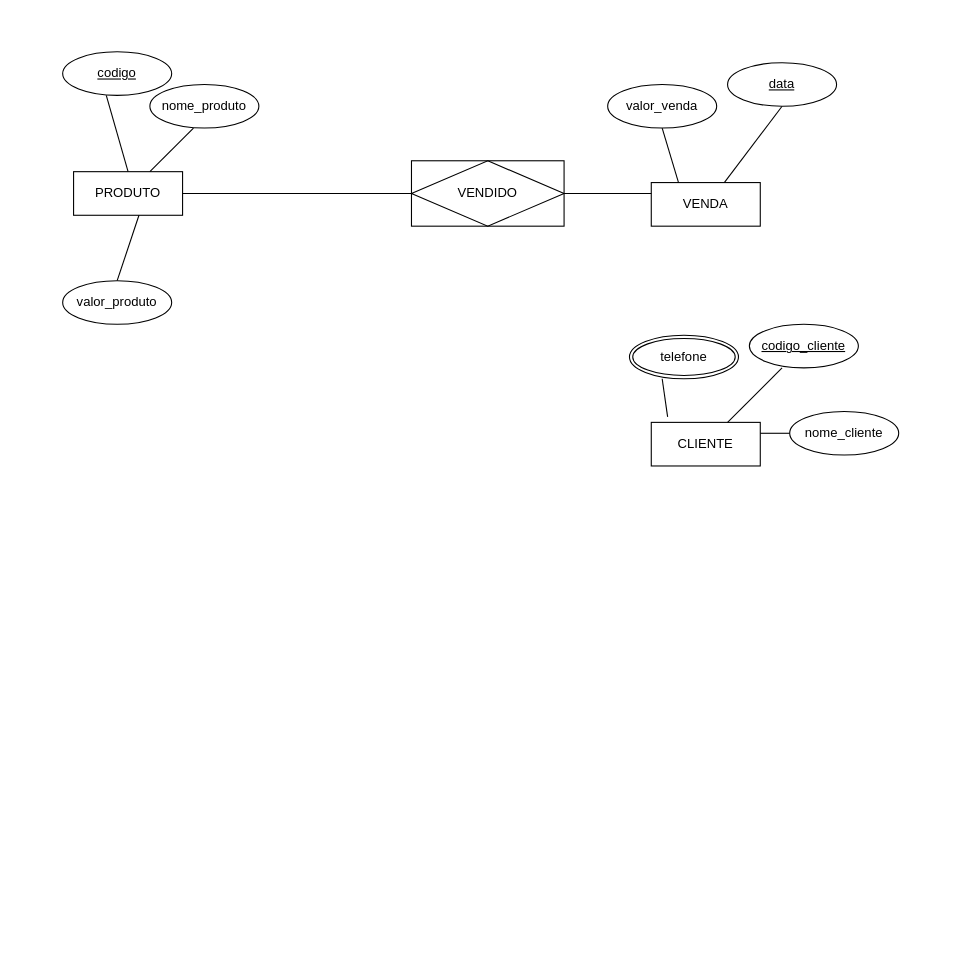
Above: Diagrama loja conceitual.drawio in LilianDamico/loja_conceitual (draw.io), before the change. Source tidied: cells renumbered, new cells numbered last; positions are measured from the earlier drawing's top-left corner, leaving out a move shared by most shapes. Both pictures are drawn from the tidied source at 109%, with x=0, y=0 at pixel (62, 51).
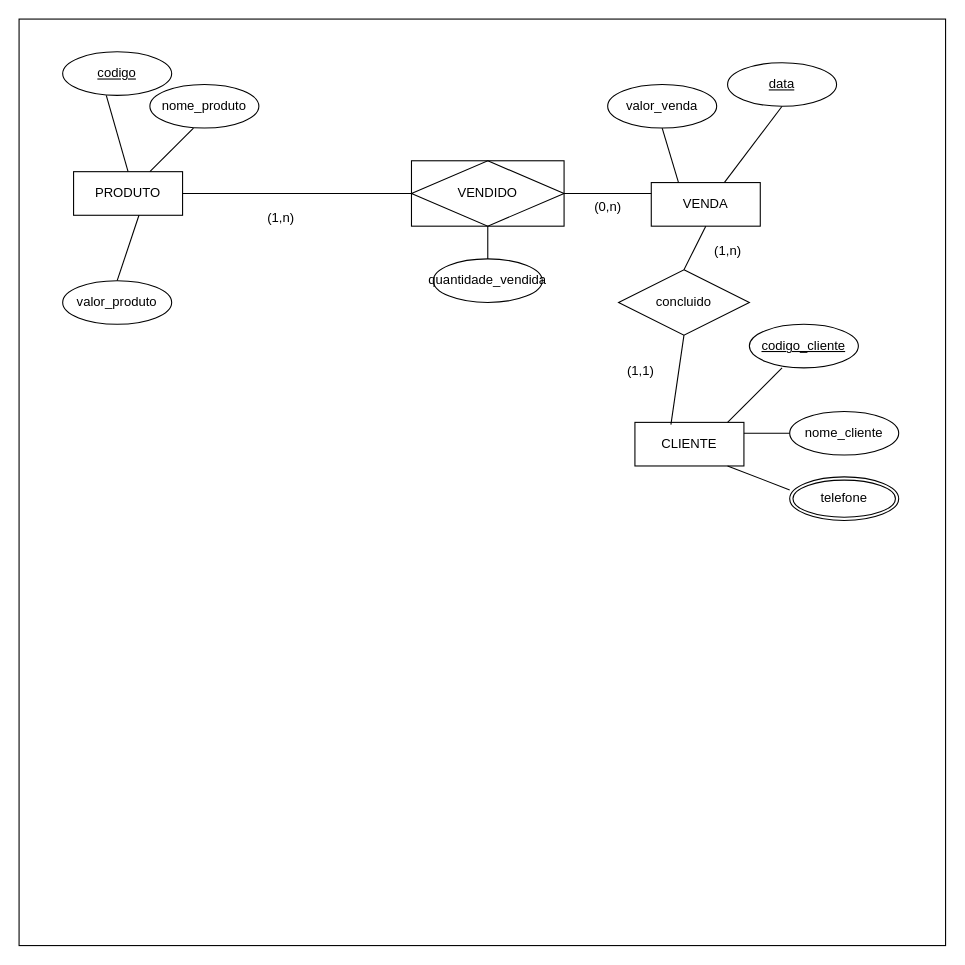
After the change.

Diff of the diagram source:
```diff
@@
     <mxCell id="4" value="CLIENTE" style="whiteSpace=wrap;html=1;align=center;" parent="1" vertex="1">
-      <mxGeometry x="540" y="340" width="100" height="40" as="geometry" />
+      <mxGeometry x="525" y="340" width="100" height="40" as="geometry" />
     </mxCell>
@@
     <mxCell id="10" value="telefone" style="ellipse;shape=doubleEllipse;margin=3;whiteSpace=wrap;html=1;align=center;" parent="1" vertex="1">
-      <mxGeometry x="520" y="260" width="100" height="40" as="geometry" />
+      <mxGeometry x="667" y="390" width="100" height="40" as="geometry" />
     </mxCell>
-    <mxCell id="11" style="endArrow=none;html=1;rounded=0;exitX=0.15;exitY=-0.125;exitDx=0;exitDy=0;exitPerimeter=0;" parent="1" edge="1" source="4">
-      <mxGeometry relative="1" as="geometry">
-        <mxPoint x="550" y="300" as="targetPoint" />
-      </mxGeometry>
-    </mxCell>
@@
+    <mxCell id="24" style="endArrow=none;html=1;rounded=0;exitX=0;exitY=0.3;exitDx=0;exitDy=0;exitPerimeter=0;" parent="1" edge="1" source="10">
+      <mxGeometry relative="1" as="geometry">
+        <mxPoint x="610" y="380" as="targetPoint" />
+      </mxGeometry>
+    </mxCell>
+    <mxCell id="25" value="quantidade_vendida" style="ellipse;whiteSpace=wrap;html=1;align=center;" parent="1" vertex="1">
+      <mxGeometry x="340" y="190" width="100" height="40" as="geometry" />
+    </mxCell>
+    <mxCell id="26" style="endArrow=none;html=1;rounded=0;exitX=0.5;exitY=0;exitDx=0;exitDy=0;" parent="1" edge="1" source="25">
+      <mxGeometry relative="1" as="geometry">
+        <mxPoint x="390" y="160" as="targetPoint" />
+      </mxGeometry>
+    </mxCell>
+    <mxCell id="27" value="concluido" style="shape=rhombus;perimeter=rhombusPerimeter;whiteSpace=wrap;html=1;align=center;" parent="1" vertex="1">
+      <mxGeometry x="510" y="200" width="120" height="60" as="geometry" />
+    </mxCell>
+    <mxCell id="28" style="endArrow=none;html=1;rounded=0;exitX=0.33;exitY=0.05;exitDx=0;exitDy=0;exitPerimeter=0;" parent="1" edge="1" source="4">
+      <mxGeometry relative="1" as="geometry">
+        <mxPoint x="570" y="260" as="targetPoint" />
+      </mxGeometry>
+    </mxCell>
+    <mxCell id="29" style="endArrow=none;html=1;rounded=0;exitX=0.5;exitY=0;exitDx=0;exitDy=0;" parent="1" edge="1" source="27">
+      <mxGeometry relative="1" as="geometry">
+        <mxPoint x="590" y="160" as="targetPoint" />
+      </mxGeometry>
+    </mxCell>
+    <mxCell id="30" value="(1,n)" style="text;html=1;align=center;verticalAlign=middle;strokeColor=none;fillColor=none;" parent="1" vertex="1">
+      <mxGeometry x="175" y="138" width="50" height="30" as="geometry" />
+    </mxCell>
+    <mxCell id="31" value="(0,n)" style="text;html=1;align=center;verticalAlign=middle;strokeColor=none;fillColor=none;" parent="1" vertex="1">
+      <mxGeometry x="475" y="128" width="50" height="30" as="geometry" />
+    </mxCell>
+    <mxCell id="32" value="(1,n)" style="text;html=1;align=center;verticalAlign=middle;strokeColor=none;fillColor=none;" parent="1" vertex="1">
+      <mxGeometry x="585" y="168" width="50" height="30" as="geometry" />
+    </mxCell>
+    <mxCell id="33" value="(1,1)" style="text;html=1;align=center;verticalAlign=middle;strokeColor=none;fillColor=none;" parent="1" vertex="1">
+      <mxGeometry x="505" y="278" width="50" height="30" as="geometry" />
+    </mxCell>
+    <mxCell id="34" style="whiteSpace=wrap;html=1;fillColor=none;" parent="1" vertex="1">
+      <mxGeometry x="-40" y="-30" width="850" height="850" as="geometry" />
+    </mxCell>
```
